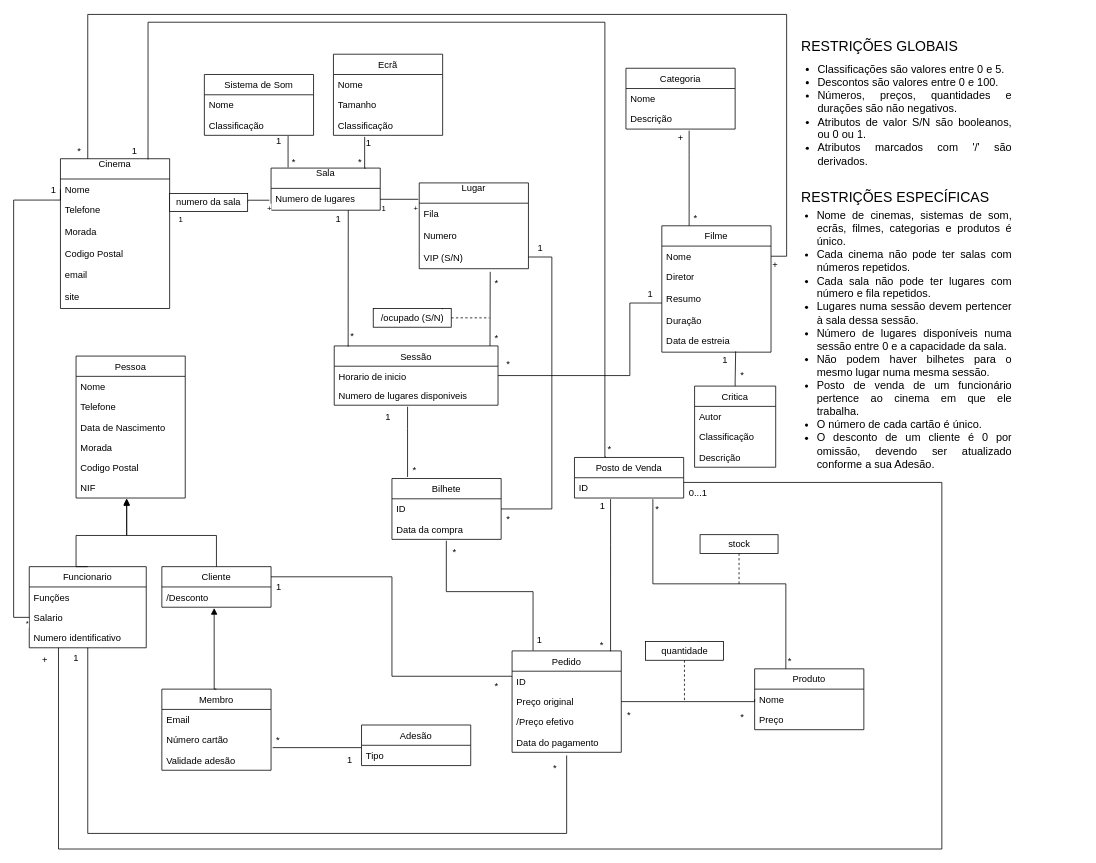
Earlier version of the draw.io diagram UML.drawio (GambuzX/Movie-Theater-DB). Source tidied: cells renumbered, new cells numbered last; positions are measured from the earlier drawing's top-left corner, leaving out a move shared by most shapes. Both pictures are drawn from the tidied source at 78%, with x=0, y=0 at pixel (13, 14).
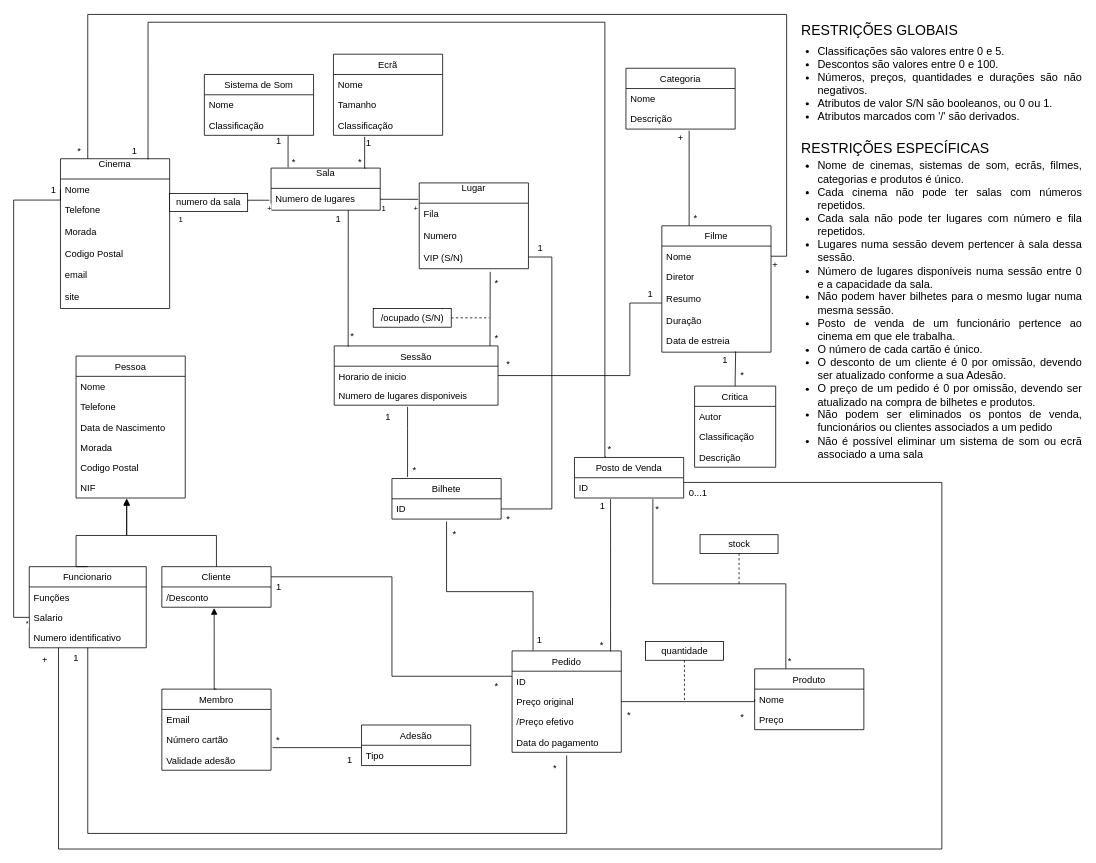
The same diagram, later.

Unchanged cells that the change refers to:
```xml
<mxCell id="70" value="ID" style="text;strokeColor=none;fillColor=none;align=left;verticalAlign=top;spacingLeft=4;spacingRight=4;overflow=hidden;points=[[0,0.5],[1,0.5]];portConstraint=eastwest;" parent="69" vertex="1">
  <mxGeometry y="26" width="140" height="26" as="geometry" />
</mxCell>
<mxCell id="83" value="Pedido" style="swimlane;fontStyle=0;horizontal=1;startSize=26;fillColor=none;" parent="1" vertex="1">
  <mxGeometry x="639" y="816" width="140" height="130" as="geometry" />
</mxCell>
```

What changed in the source:
```diff
@@
     <mxCell id="69" value="Bilhete" style="swimlane;fontStyle=0;horizontal=1;startSize=26;fillColor=none;" parent="1" vertex="1">
-      <mxGeometry x="485" y="595" width="140" height="78" as="geometry" />
+      <mxGeometry x="485" y="595" width="140" height="52" as="geometry" />
     </mxCell>
@@
-    <mxCell id="71" value="Data da compra" style="text;strokeColor=none;fillColor=none;align=left;verticalAlign=top;spacingLeft=4;spacingRight=4;overflow=hidden;points=[[0,0.5],[1,0.5]];portConstraint=eastwest;" parent="69" vertex="1">
-      <mxGeometry y="52" width="140" height="26" as="geometry" />
-    </mxCell>
@@
     <mxCell id="76" value="*" style="text;html=1;align=left;verticalAlign=top;spacingTop=-4;" parent="1" vertex="1">
-      <mxGeometry x="561" y="679" width="20" height="20" as="geometry" />
+      <mxGeometry x="561" y="657" width="20" height="20" as="geometry" />
     </mxCell>
@@
-    <mxCell id="81" style="edgeStyle=orthogonalEdgeStyle;rounded=0;jettySize=auto;html=1;exitX=0.192;exitY=-0.003;exitDx=0;exitDy=0;entryX=0.498;entryY=1.066;entryDx=0;entryDy=0;entryPerimeter=0;endArrow=none;endFill=0;exitPerimeter=0;" parent="1" edge="1" source="83" target="71">
+    <mxCell id="81" style="edgeStyle=orthogonalEdgeStyle;rounded=0;jettySize=auto;html=1;exitX=0.192;exitY=-0.003;exitDx=0;exitDy=0;entryX=0.5;entryY=1.115;entryDx=0;entryDy=0;entryPerimeter=0;endArrow=none;endFill=0;exitPerimeter=0;" parent="1" edge="1" source="83" target="70">
       <mxGeometry relative="1" as="geometry">
         <Array as="points">
           <mxPoint x="666" y="740" />
           <mxPoint x="555" y="740" />
         </Array>
       </mxGeometry>
     </mxCell>
@@
     <mxCell id="147" value="&lt;font style=&quot;font-size: 18px&quot;&gt;RESTRIÇÕES GLOBAIS&lt;/font&gt;" style="text;html=1;align=left;verticalAlign=top;spacingTop=-4;" parent="1" vertex="1">
-      <mxGeometry x="1008" y="28" width="220" height="20" as="geometry" />
+      <mxGeometry x="1008" y="8" width="220" height="20" as="geometry" />
     </mxCell>
     <mxCell id="148" value="&lt;ul style=&quot;font-size: 14px&quot;&gt;&lt;li style=&quot;text-align: justify&quot;&gt;Classificações são valores entre 0 e 5.&lt;/li&gt;&lt;li style=&quot;text-align: justify&quot;&gt;Descontos são valores entre 0 e 100.&lt;/li&gt;&lt;li style=&quot;text-align: justify&quot;&gt;Números, preços, quantidades e durações são não negativos.&lt;/li&gt;&lt;li style=&quot;text-align: justify&quot;&gt;Atributos de valor S/N são booleanos, ou 0 ou 1.&lt;/li&gt;&lt;li style=&quot;text-align: justify&quot;&gt;Atributos marcados com '/' são derivados.&lt;/li&gt;&lt;/ul&gt;" style="text;strokeColor=none;fillColor=none;html=1;whiteSpace=wrap;verticalAlign=middle;overflow=hidden;" parent="1" vertex="1">
-      <mxGeometry x="989" y="39" width="291" height="180" as="geometry" />
+      <mxGeometry x="989" y="-1" width="381" height="180" as="geometry" />
     </mxCell>
-    <mxCell id="149" value="&lt;ul style=&quot;font-size: 14px&quot;&gt;&lt;li style=&quot;text-align: justify&quot;&gt;Nome de cinemas, sistemas de som, ecrãs, filmes, categorias e produtos é único.&lt;/li&gt;&lt;li style=&quot;text-align: justify&quot;&gt;Cada cinema não pode ter salas com números repetidos.&lt;/li&gt;&lt;li style=&quot;text-align: justify&quot;&gt;Cada sala não pode ter lugares com número e fila repetidos.&lt;/li&gt;&lt;li style=&quot;text-align: justify&quot;&gt;Lugares numa sessão devem pertencer à sala dessa sessão.&lt;/li&gt;&lt;li style=&quot;text-align: justify&quot;&gt;Número de lugares disponíveis numa sessão entre 0 e a capacidade da sala.&lt;/li&gt;&lt;li style=&quot;text-align: justify&quot;&gt;Não podem haver bilhetes para o mesmo lugar numa mesma sessão.&lt;/li&gt;&lt;li style=&quot;text-align: justify&quot;&gt;Posto de venda de um funcionário pertence ao cinema em que ele trabalha.&lt;/li&gt;&lt;li style=&quot;text-align: justify&quot;&gt;O número de cada cartão é único.&lt;/li&gt;&lt;li style=&quot;text-align: justify&quot;&gt;O desconto de um cliente é 0 por omissão, devendo ser atualizado conforme a sua Adesão.&lt;/li&gt;&lt;/ul&gt;" style="text;strokeColor=none;fillColor=none;html=1;whiteSpace=wrap;verticalAlign=middle;overflow=hidden;" parent="1" vertex="1">
-      <mxGeometry x="988" y="219" width="292" height="395" as="geometry" />
+    <mxCell id="149" value="&lt;ul style=&quot;font-size: 14px&quot;&gt;&lt;li style=&quot;text-align: justify&quot;&gt;Nome de cinemas, sistemas de som, ecrãs, filmes, categorias e produtos é único.&lt;/li&gt;&lt;li style=&quot;text-align: justify&quot;&gt;Cada cinema não pode ter salas com números repetidos.&lt;/li&gt;&lt;li style=&quot;text-align: justify&quot;&gt;Cada sala não pode ter lugares com número e fila repetidos.&lt;/li&gt;&lt;li style=&quot;text-align: justify&quot;&gt;Lugares numa sessão devem pertencer à sala dessa sessão.&lt;/li&gt;&lt;li style=&quot;text-align: justify&quot;&gt;Número de lugares disponíveis numa sessão entre 0 e a capacidade da sala.&lt;/li&gt;&lt;li style=&quot;text-align: justify&quot;&gt;Não podem haver bilhetes para o mesmo lugar numa mesma sessão.&lt;/li&gt;&lt;li style=&quot;text-align: justify&quot;&gt;Posto de venda de um funcionário pertence ao cinema em que ele trabalha.&lt;/li&gt;&lt;li style=&quot;text-align: justify&quot;&gt;O número de cada cartão é único.&lt;/li&gt;&lt;li style=&quot;text-align: justify&quot;&gt;O desconto de um cliente é 0 por omissão, devendo ser atualizado conforme a sua Adesão.&lt;/li&gt;&lt;li style=&quot;text-align: justify&quot;&gt;O preço de um pedido é 0 por omissão, devendo ser atualizado na compra de bilhetes e produtos.&lt;/li&gt;&lt;li style=&quot;text-align: justify&quot;&gt;&lt;span id=&quot;docs-internal-guid-ad939874-7fff-cf57-ea5d-7d4a224f4c1a&quot;&gt;&lt;span&gt;Não podem ser eliminados os pontos de venda, funcionários ou clientes associados a um pedido&lt;/span&gt;&lt;/span&gt;&lt;br&gt;&lt;/li&gt;&lt;li style=&quot;text-align: justify&quot;&gt;&lt;span&gt;&lt;span&gt;&lt;span id=&quot;docs-internal-guid-c44190ba-7fff-6e1b-78d0-d6526f781dde&quot;&gt;&lt;span&gt;Não é possível eliminar um sistema de som ou ecrã associado a uma sala&lt;/span&gt;&lt;/span&gt;&lt;br&gt;&lt;/span&gt;&lt;/span&gt;&lt;/li&gt;&lt;/ul&gt;" style="text;strokeColor=none;fillColor=none;html=1;whiteSpace=wrap;verticalAlign=middle;overflow=hidden;" parent="1" vertex="1">
+      <mxGeometry x="989" y="157" width="381" height="444" as="geometry" />
     </mxCell>
     <mxCell id="150" value="&lt;font style=&quot;font-size: 18px&quot;&gt;RESTRIÇÕES ESPECÍFICAS&lt;/font&gt;" style="text;html=1;align=left;verticalAlign=top;spacingTop=-4;" parent="1" vertex="1">
-      <mxGeometry x="1008" y="222" width="260" height="20" as="geometry" />
+      <mxGeometry x="1008" y="159" width="260" height="20" as="geometry" />
     </mxCell>
```
